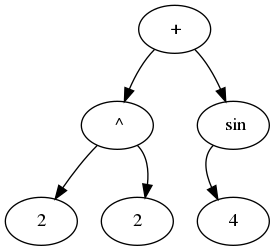
This is diff/tree.png from alextroegubov/Technotrack-C-course, a Graphviz export, as it was before one commit. Its source is kept beside it as diff/tree.dot.
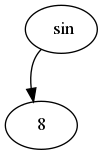
After the commit.

Change to the diagram source:
```diff
@@ -1,14 +1,6 @@
 digraph G {
-93891504404112[label = "2"]
-93891504404272[label = " ^"]
-93891504404272:sw ->93891504404112;
-93891504404272:se ->93891504404192;
-93891504404192[label = "2"]
-93891504404512[label = " +"]
-93891504404512:sw ->93891504404272;
-93891504404512:se ->93891504404432;
-93891504404352[label = "4"]
-93891504404432[label = " sin"]
-93891504404432:sw ->93891504404352;
+93877041186448[label = "8"]
+93877041186528[label = " sin"]
+93877041186528:sw ->93877041186448;
 
 }
```
